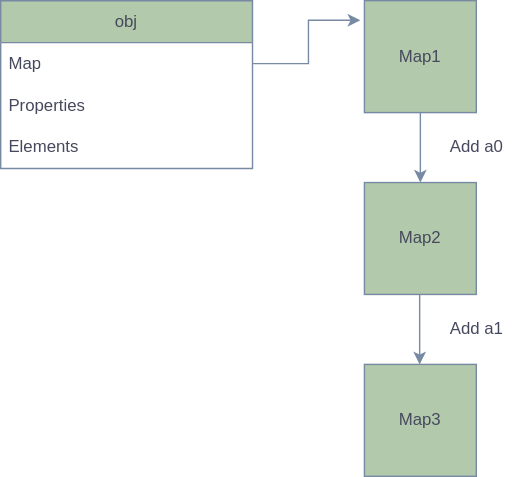
Before: Blogs/Assets/Understanding_Maps_in_v8/obj_map.drawio.svg, a diagram exported from draw.io (faran1512/faran1512.github.io). Source tidied: cells renumbered, new cells last; positions are measured from the earlier drawing's top-left corner, leaving out a move shared by most shapes.
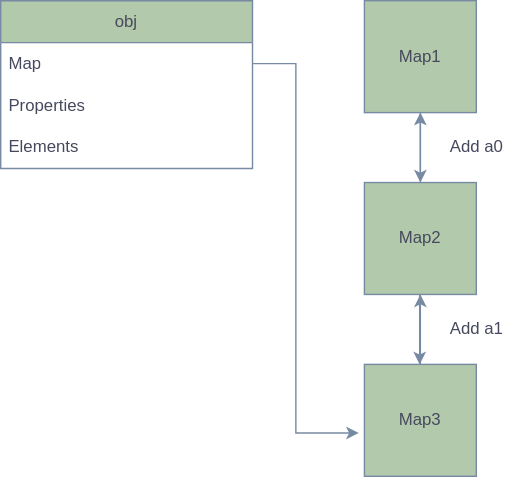
After the change.

Commit message:
Addition to maps blog

Change to the diagram source:
```diff
@@ -10,6 +10,9 @@
     <mxCell id="3" value="Map1" style="whiteSpace=wrap;html=1;labelBackgroundColor=none;fillColor=#B2C9AB;strokeColor=#788AA3;fontColor=#46495D;" parent="1" vertex="1">
       <mxGeometry x="260" width="80" height="80" as="geometry" />
     </mxCell>
+    <mxCell id="14" style="edgeStyle=orthogonalEdgeStyle;rounded=0;jettySize=auto;html=1;strokeColor=#788AA3;fontColor=#46495D;fillColor=#B2C9AB;" parent="1" edge="1" source="4" target="3">
+      <mxGeometry relative="1" as="geometry" />
+    </mxCell>
     <mxCell id="4" value="Map2" style="whiteSpace=wrap;html=1;labelBackgroundColor=none;fillColor=#B2C9AB;strokeColor=#788AA3;fontColor=#46495D;" parent="1" vertex="1">
       <mxGeometry x="260" y="130" width="80" height="80" as="geometry" />
     </mxCell>
@@ -19,6 +22,11 @@
         <mxPoint x="299.5" y="260" as="targetPoint" />
       </mxGeometry>
     </mxCell>
+    <mxCell id="15" style="edgeStyle=orthogonalEdgeStyle;rounded=0;jettySize=auto;html=1;strokeColor=#788AA3;fontColor=#46495D;fillColor=#B2C9AB;" parent="1" edge="1" source="6">
+      <mxGeometry relative="1" as="geometry">
+        <mxPoint x="300" y="210" as="targetPoint" />
+      </mxGeometry>
+    </mxCell>
     <mxCell id="6" value="Map3" style="whiteSpace=wrap;html=1;labelBackgroundColor=none;fillColor=#B2C9AB;strokeColor=#788AA3;fontColor=#46495D;" parent="1" vertex="1">
       <mxGeometry x="260" y="260" width="80" height="80" as="geometry" />
     </mxCell>
@@ -34,8 +42,13 @@
     <mxCell id="10" value="Elements" style="text;strokeColor=none;fillColor=none;align=left;verticalAlign=middle;spacingLeft=4;spacingRight=4;overflow=hidden;whiteSpace=wrap;html=1;labelBackgroundColor=none;fontColor=#46495D;" parent="7" vertex="1">
       <mxGeometry y="90" width="180" height="30" as="geometry" />
     </mxCell>
-    <mxCell id="11" style="edgeStyle=orthogonalEdgeStyle;rounded=0;jettySize=auto;html=1;entryX=-0.037;entryY=0.175;entryDx=0;entryDy=0;entryPerimeter=0;labelBackgroundColor=none;strokeColor=#788AA3;fontColor=default;" parent="1" edge="1" source="8" target="3">
-      <mxGeometry relative="1" as="geometry" />
+    <mxCell id="11" style="edgeStyle=orthogonalEdgeStyle;rounded=0;jettySize=auto;html=1;labelBackgroundColor=none;strokeColor=#788AA3;fontColor=default;entryX=-0.05;entryY=0.613;entryDx=0;entryDy=0;entryPerimeter=0;" parent="1" edge="1" source="8" target="6">
+      <mxGeometry relative="1" as="geometry">
+        <Array as="points">
+          <mxPoint x="211" y="45" />
+          <mxPoint x="211" y="309" />
+        </Array>
+      </mxGeometry>
     </mxCell>
     <mxCell id="12" value="Add a0" style="text;html=1;align=center;verticalAlign=middle;strokeColor=none;fillColor=none;labelBackgroundColor=none;fontColor=#46495D;" parent="1" vertex="1">
       <mxGeometry x="310" y="90" width="60" height="30" as="geometry" />
```
